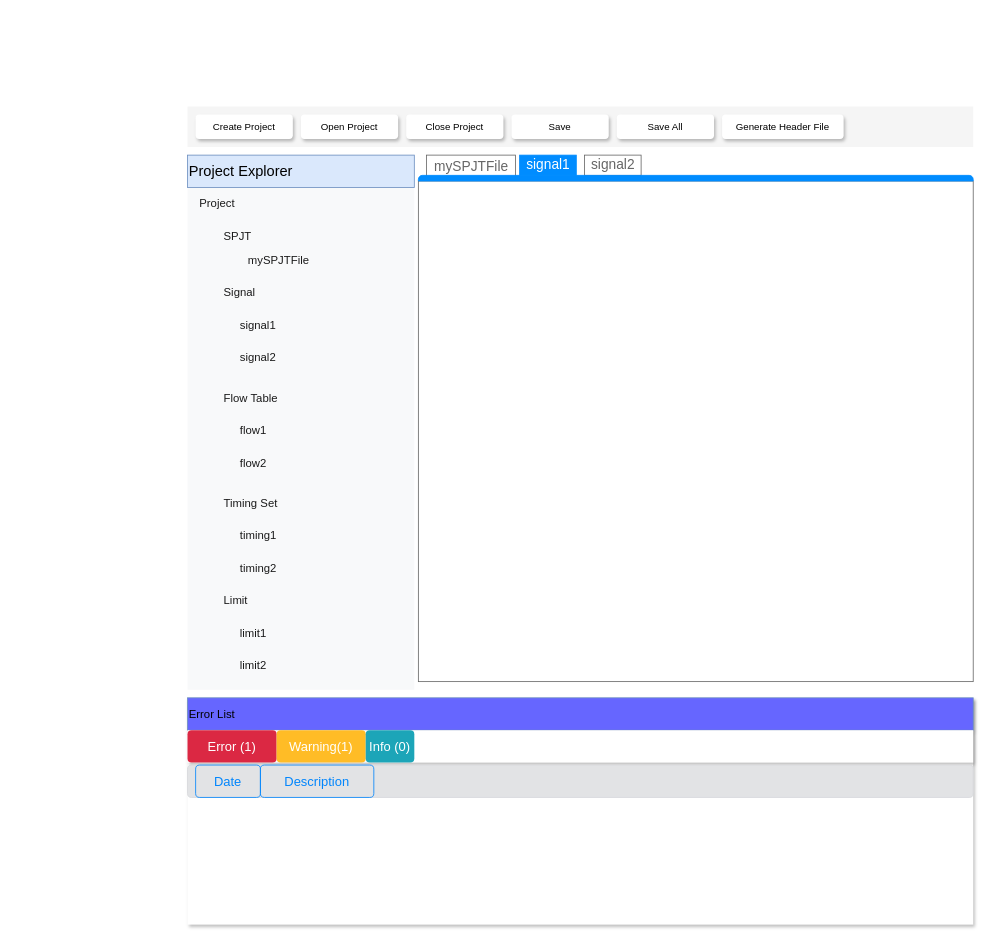
Before: page "Project Explorer" (1 of 6) of SG9KG5/UI Design/Test Program Editor.drawio in Jasson-Chou/Software-Projects, a draw.io diagram. Source tidied: cells renumbered, new cells numbered last; positions are measured from the earlier drawing's top-left corner, leaving out a move shared by most shapes. Both pictures are drawn from the tidied source at 81%, with x=0, y=0 at pixel (187, 106).
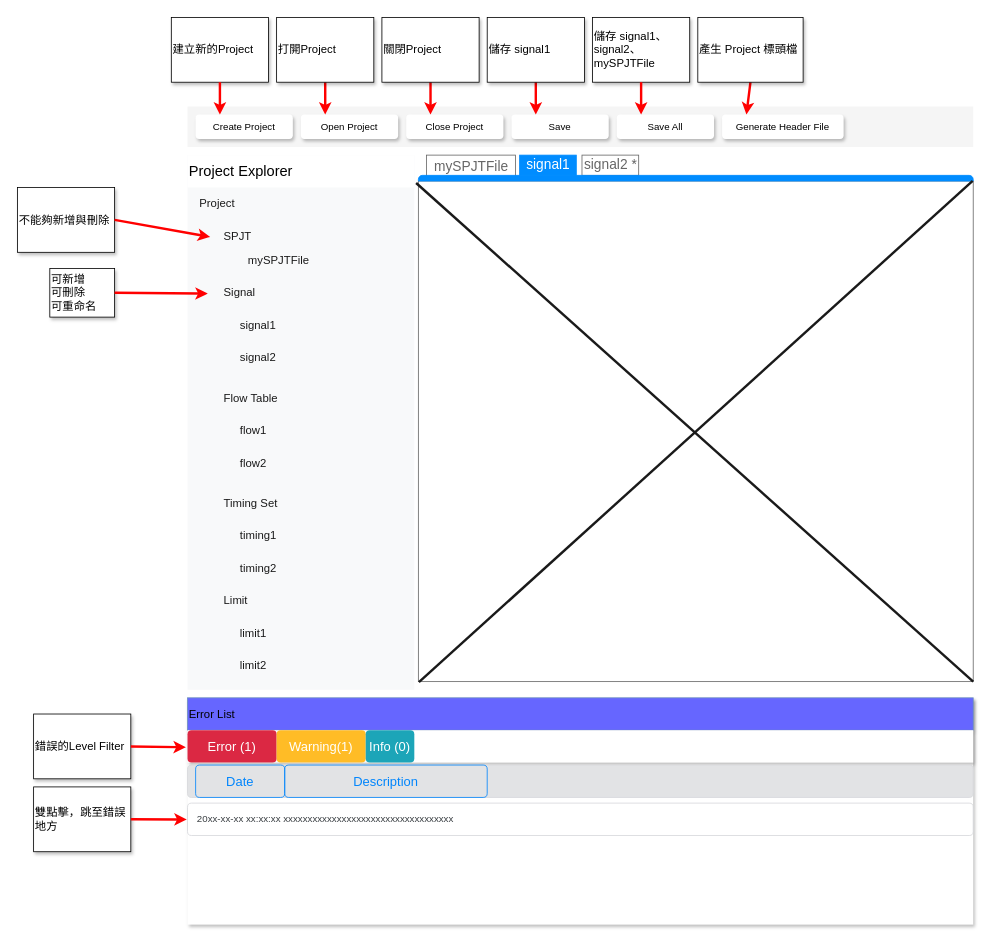
The same page after the edit.

The change refers to these unchanged cells:
```xml
<mxCell id="2" style="group;" parent="1" vertex="1">
  <mxGeometry y="730" width="970" height="280" as="geometry" />
</mxCell>
<mxCell id="9" value="Error (1)" style="html=1;shadow=0;dashed=0;shape=mxgraph.bootstrap.rrect;rSize=5;strokeColor=none;strokeWidth=1;fillColor=#DB2843;fontColor=#FFFFFF;whiteSpace=wrap;align=center;verticalAlign=middle;spacingLeft=0;fontStyle=0;fontSize=16;spacing=5;" parent="2" vertex="1">
  <mxGeometry y="40" width="110" height="40" as="geometry" />
</mxCell>
<mxCell id="12" style="fillColor=#F8F9FA;strokeColor=none;align=left;fontSize=14;fontColor=#323232;" parent="1" vertex="1">
  <mxGeometry y="60" width="280" height="660" as="geometry" />
</mxCell>
<mxCell id="15" value="SPJT" style="html=1;shadow=0;dashed=0;fillColor=none;strokeColor=none;perimeter=none;whiteSpace=wrap;align=left;spacing=15;fontSize=14;fontColor=#1A1A1A;" parent="12" vertex="1">
  <mxGeometry x="0.5" width="100" height="40" relative="1" as="geometry">
    <mxPoint x="-110" y="80" as="offset" />
  </mxGeometry>
</mxCell>
<mxCell id="16" value="Signal" style="html=1;shadow=0;dashed=0;fillColor=none;strokeColor=none;perimeter=none;whiteSpace=wrap;align=left;spacing=15;fontSize=14;fontColor=#1A1A1A;" parent="12" vertex="1">
  <mxGeometry x="0.5" width="100" height="40" relative="1" as="geometry">
    <mxPoint x="-110" y="150" as="offset" />
  </mxGeometry>
</mxCell>
<mxCell id="30" value="Create Project" style="rounded=1;whiteSpace=wrap;html=1;strokeColor=none;shadow=1;" parent="1" vertex="1">
  <mxGeometry x="10" y="10" width="120" height="30" as="geometry" />
</mxCell>
<mxCell id="31" value="Open Project" style="rounded=1;whiteSpace=wrap;html=1;strokeColor=none;shadow=1;" parent="1" vertex="1">
  <mxGeometry x="140" y="10" width="120" height="30" as="geometry" />
</mxCell>
<mxCell id="36" style="strokeWidth=1;shadow=0;dashed=0;align=center;html=1;shape=mxgraph.mockup.containers.marginRect2;rectMarginTop=32;strokeColor=#666666;gradientColor=none;fontSize=14;" parent="1" vertex="1">
  <mxGeometry x="285" y="60" width="685" height="650" as="geometry" />
</mxCell>
```

Change to the diagram source:
```diff
@@
     <mxCell id="7" value="Date" style="html=1;shadow=0;dashed=0;shape=mxgraph.bootstrap.rrect;rSize=5;strokeColor=#0085FC;strokeWidth=1;fillColor=none;fontColor=#0085FC;whiteSpace=wrap;align=center;verticalAlign=middle;spacingLeft=0;fontStyle=0;fontSize=16;spacing=5;" parent="2" vertex="1">
-      <mxGeometry x="10" y="83" width="80" height="40" as="geometry" />
+      <mxGeometry x="10" y="83" width="110" height="40" as="geometry" />
     </mxCell>
     <mxCell id="8" value="Description" style="html=1;shadow=0;dashed=0;shape=mxgraph.bootstrap.rrect;rSize=5;strokeColor=#0085FC;strokeWidth=1;fillColor=none;fontColor=#0085FC;whiteSpace=wrap;align=center;verticalAlign=middle;spacingLeft=0;fontStyle=0;fontSize=16;spacing=5;" parent="2" vertex="1">
-      <mxGeometry x="90" y="83" width="140" height="40" as="geometry" />
+      <mxGeometry x="120" y="83" width="250" height="40" as="geometry" />
     </mxCell>
@@
+    <mxCell id="41" value="20xx-xx-xx xx:xx:xx xxxxxxxxxxxxxxxxxxxxxxxxxxxxxxxxxxx" style="html=1;shadow=0;dashed=0;shape=mxgraph.bootstrap.rrect;rSize=5;strokeColor=#D6D8DB;strokeWidth=1;fontColor=#383D41;whiteSpace=wrap;align=left;verticalAlign=middle;spacingLeft=10;fillColor=none;" parent="2" vertex="1">
+      <mxGeometry y="130" width="970" height="40" as="geometry" />
+    </mxCell>
@@
-    <mxCell id="13" value="Project Explorer" style="html=1;shadow=0;dashed=0;fillColor=#dae8fc;strokeColor=#6c8ebf;perimeter=none;whiteSpace=wrap;align=left;fontSize=18;" parent="12" vertex="1">
+    <mxCell id="13" value="Project Explorer" style="html=1;shadow=0;dashed=0;perimeter=none;whiteSpace=wrap;align=left;fontSize=18;strokeColor=none;" parent="12" vertex="1">
       <mxGeometry width="280" height="40" relative="1" as="geometry" />
     </mxCell>
@@
-    <mxCell id="39" value="signal2" style="strokeColor=inherit;fillColor=inherit;gradientColor=inherit;strokeWidth=1;shadow=0;dashed=0;align=center;html=1;shape=mxgraph.mockup.containers.rrect;rSize=0;fontSize=17;fontColor=#666666;gradientColor=none;" parent="36" vertex="1">
+    <mxCell id="39" value="signal2 *" style="strokeColor=inherit;fillColor=inherit;gradientColor=inherit;strokeWidth=1;shadow=0;dashed=0;align=center;html=1;shape=mxgraph.mockup.containers.rrect;rSize=0;fontSize=17;fontColor=#666666;gradientColor=none;" parent="36" vertex="1">
       <mxGeometry width="70" height="25" relative="1" as="geometry">
-        <mxPoint x="205" as="offset" />
+        <mxPoint x="202" as="offset" />
       </mxGeometry>
     </mxCell>
@@
+    <mxCell id="42" value="不能夠新增與刪除" style="rounded=0;whiteSpace=wrap;html=1;shadow=1;fontSize=14;align=left;" parent="1" vertex="1">
+      <mxGeometry x="-210" y="100" width="120" height="80" as="geometry" />
+    </mxCell>
+    <mxCell id="43" style="endArrow=classic;html=1;fontSize=14;entryX=-0.02;entryY=0.525;entryDx=0;entryDy=0;entryPerimeter=0;exitX=1;exitY=0.5;exitDx=0;exitDy=0;rounded=1;strokeColor=#FF0000;strokeWidth=3;" parent="1" edge="1" source="42" target="15">
+      <mxGeometry relative="1" as="geometry" />
+    </mxCell>
+    <mxCell id="44" value="可新增&lt;br&gt;可刪除&lt;br&gt;可重命名" style="rounded=0;whiteSpace=wrap;html=1;shadow=1;fontSize=14;align=left;" parent="1" vertex="1">
+      <mxGeometry x="-170" y="200" width="80" height="60" as="geometry" />
+    </mxCell>
+    <mxCell id="45" style="endArrow=classic;html=1;fontSize=14;entryX=-0.05;entryY=0.525;entryDx=0;entryDy=0;entryPerimeter=0;exitX=1;exitY=0.5;exitDx=0;exitDy=0;rounded=1;strokeColor=#FF0000;strokeWidth=3;" parent="1" edge="1" source="44" target="16">
+      <mxGeometry relative="1" as="geometry" />
+    </mxCell>
+    <mxCell id="46" value="錯誤的Level Filter" style="rounded=0;whiteSpace=wrap;html=1;shadow=1;fontSize=14;align=left;" parent="1" vertex="1">
+      <mxGeometry x="-190" y="750" width="120" height="80" as="geometry" />
+    </mxCell>
+    <mxCell id="47" style="endArrow=classic;html=1;fontSize=14;entryX=-0.018;entryY=0.525;entryDx=0;entryDy=0;entryPerimeter=0;exitX=1;exitY=0.5;exitDx=0;exitDy=0;rounded=1;strokeColor=#FF0000;strokeWidth=3;" parent="1" edge="1" source="46" target="9">
+      <mxGeometry relative="1" as="geometry" />
+    </mxCell>
+    <mxCell id="48" value="建立新的Project" style="rounded=0;whiteSpace=wrap;html=1;shadow=1;fontSize=14;align=left;" parent="1" vertex="1">
+      <mxGeometry x="-20" y="-110" width="120" height="80" as="geometry" />
+    </mxCell>
+    <mxCell id="49" style="endArrow=classic;html=1;fontSize=14;entryX=0.25;entryY=0;entryDx=0;entryDy=0;exitX=0.5;exitY=1;exitDx=0;exitDy=0;rounded=1;strokeColor=#FF0000;strokeWidth=3;" parent="1" edge="1" source="48" target="30">
+      <mxGeometry relative="1" as="geometry" />
+    </mxCell>
+    <mxCell id="50" style="endArrow=classic;html=1;fontSize=14;exitX=0.5;exitY=1;exitDx=0;exitDy=0;rounded=1;strokeColor=#FF0000;strokeWidth=3;entryX=0.25;entryY=0;entryDx=0;entryDy=0;" parent="1" edge="1" source="51" target="31">
+      <mxGeometry relative="1" as="geometry" />
+    </mxCell>
+    <mxCell id="51" value="打開Project" style="rounded=0;whiteSpace=wrap;html=1;shadow=1;fontSize=14;align=left;" parent="1" vertex="1">
+      <mxGeometry x="110" y="-110" width="120" height="80" as="geometry" />
+    </mxCell>
+    <mxCell id="52" style="endArrow=classic;html=1;fontSize=14;exitX=0.5;exitY=1;exitDx=0;exitDy=0;rounded=1;strokeColor=#FF0000;strokeWidth=3;entryX=0.25;entryY=0;entryDx=0;entryDy=0;" parent="1" edge="1" source="53">
+      <mxGeometry relative="1" as="geometry">
+        <mxPoint x="300" y="10" as="targetPoint" />
+      </mxGeometry>
+    </mxCell>
+    <mxCell id="53" value="關閉Project" style="rounded=0;whiteSpace=wrap;html=1;shadow=1;fontSize=14;align=left;" parent="1" vertex="1">
+      <mxGeometry x="240" y="-110" width="120" height="80" as="geometry" />
+    </mxCell>
+    <mxCell id="54" style="endArrow=classic;html=1;fontSize=14;exitX=0.5;exitY=1;exitDx=0;exitDy=0;rounded=1;strokeColor=#FF0000;strokeWidth=3;entryX=0.25;entryY=0;entryDx=0;entryDy=0;" parent="1" edge="1" source="55">
+      <mxGeometry relative="1" as="geometry">
+        <mxPoint x="430" y="10" as="targetPoint" />
+      </mxGeometry>
+    </mxCell>
+    <mxCell id="55" value="儲存 signal1" style="rounded=0;whiteSpace=wrap;html=1;shadow=1;fontSize=14;align=left;" parent="1" vertex="1">
+      <mxGeometry x="370" y="-110" width="120" height="80" as="geometry" />
+    </mxCell>
+    <mxCell id="56" value="儲存 signal1、signal2、mySPJTFile" style="rounded=0;whiteSpace=wrap;html=1;shadow=1;fontSize=14;align=left;" parent="1" vertex="1">
+      <mxGeometry x="500" y="-110" width="120" height="80" as="geometry" />
+    </mxCell>
+    <mxCell id="57" style="endArrow=classic;html=1;fontSize=14;exitX=0.5;exitY=1;exitDx=0;exitDy=0;rounded=1;strokeColor=#FF0000;strokeWidth=3;entryX=0.25;entryY=0;entryDx=0;entryDy=0;" parent="1" edge="1" source="56">
+      <mxGeometry relative="1" as="geometry">
+        <mxPoint x="560" y="10" as="targetPoint" />
+      </mxGeometry>
+    </mxCell>
+    <mxCell id="58" style="endArrow=classic;html=1;fontSize=14;exitX=0.5;exitY=1;exitDx=0;exitDy=0;rounded=1;strokeColor=#FF0000;strokeWidth=3;entryX=0.25;entryY=0;entryDx=0;entryDy=0;" parent="1" edge="1" source="59">
+      <mxGeometry relative="1" as="geometry">
+        <mxPoint x="690" y="10" as="targetPoint" />
+      </mxGeometry>
+    </mxCell>
+    <mxCell id="59" value="產生 Project 標頭檔" style="rounded=0;whiteSpace=wrap;html=1;shadow=1;fontSize=14;align=left;" parent="1" vertex="1">
+      <mxGeometry x="630" y="-110" width="130" height="80" as="geometry" />
+    </mxCell>
+    <mxCell id="60" style="endArrow=none;html=1;strokeWidth=3;fontSize=14;entryX=0.999;entryY=0.049;entryDx=0;entryDy=0;entryPerimeter=0;exitX=0.001;exitY=1.001;exitDx=0;exitDy=0;exitPerimeter=0;strokeColor=#1A1A1A;" parent="1" edge="1" source="36" target="36">
+      <mxGeometry relative="1" as="geometry" />
+    </mxCell>
+    <mxCell id="61" style="endArrow=none;html=1;strokeWidth=3;fontSize=14;entryX=-0.004;entryY=0.053;entryDx=0;entryDy=0;entryPerimeter=0;exitX=1;exitY=1;exitDx=0;exitDy=0;exitPerimeter=0;strokeColor=#1A1A1A;" parent="1" edge="1" source="36" target="36">
+      <mxGeometry relative="1" as="geometry" />
+    </mxCell>
+    <mxCell id="62" value="雙點擊，跳至錯誤地方" style="rounded=0;whiteSpace=wrap;html=1;shadow=1;fontSize=14;align=left;" parent="1" vertex="1">
+      <mxGeometry x="-190" y="840" width="120" height="80" as="geometry" />
+    </mxCell>
+    <mxCell id="63" style="endArrow=classic;html=1;fontSize=14;entryX=-0.001;entryY=0.507;entryDx=0;entryDy=0;entryPerimeter=0;exitX=1;exitY=0.5;exitDx=0;exitDy=0;rounded=1;strokeColor=#FF0000;strokeWidth=3;" parent="1" edge="1" source="62" target="41">
+      <mxGeometry relative="1" as="geometry" />
+    </mxCell>
```
